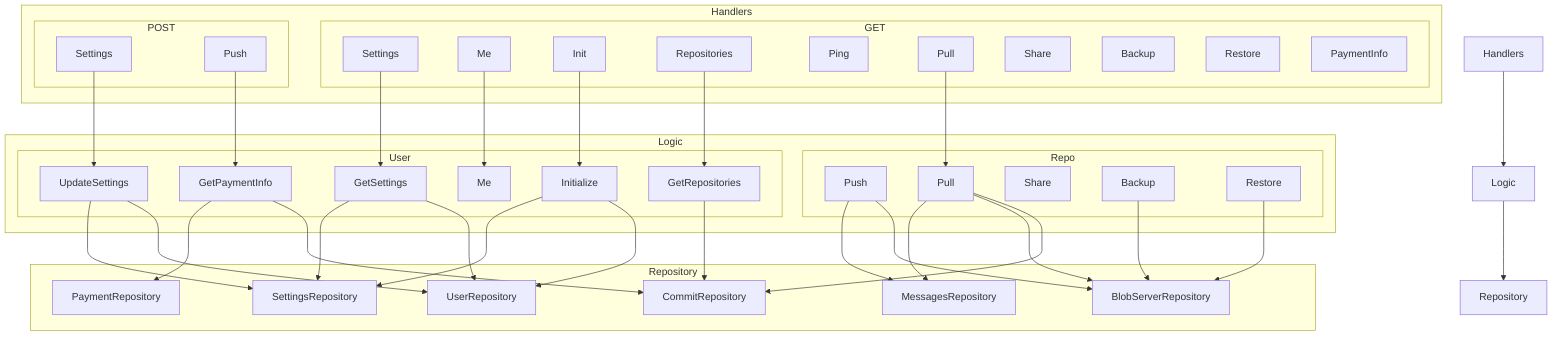
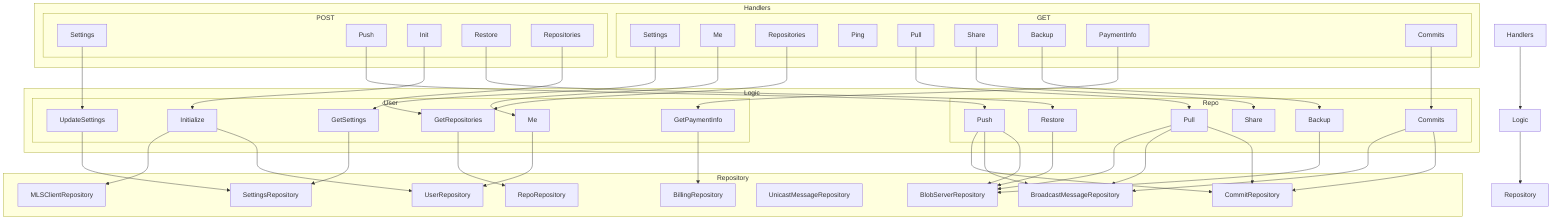
- graph TD
-     A[Handlers] --> B[Logic]
-     B --> C[Repository]
- 
-     subgraph Handlers
-       subgraph GET
-         Handler1[Settings]
-         Handler2[Me]
-         Handler3[Init]
-         Handler4[Repositories]
-         Handler5[Ping]
-         Handler6[Pull]
-         Handler7[Share]
-         Handler8[Backup]
-         Handler9[Restore]
-         Handler10[PaymentInfo]
-       end
-       subgraph POST
-         Handler11[Settings]
-         Handler12[Push]
-       end
-     end
- 
-     subgraph Logic
-         subgraph User
-           Logic1[GetSettings]
-           Logic2[GetRepositories]
-           Logic3[UpdateSettings]
-           Logic4[Initialize]
-           Logic5[Me]
-           Logic6[GetPaymentInfo]
-         end
-         subgraph Repo
-           Logic11[Push]
-           Logic7[Pull]
-           Logic8[Share]
-           Logic9[Backup]
-           Logic10[Restore]
-         end
-     end
- 
-     subgraph Repository
-         Repository1[UserRepository]
-         Repository2[SettingsRepository]
-         Repository3[RepositoryRepository]
-         Repository3[CommitRepository]
-         Repository4[BlobServerRepository]
-         Repository5[MessagesRepository]
-         Repository6[PaymentRepository]
-     end
- 
+ ---
+ config:
+   layout: dagre
+ ---
+ flowchart TB
+  subgraph GET["GET"]
+         Handler1["Settings"]
+         Handler2["Me"]
+         Handler4["Repositories"]
+         Handler5["Ping"]
+         Handler6["Pull"]
+         Handler7["Share"]
+         Handler8["Backup"]
+         Handler10["PaymentInfo"]
+         Handler14["Commits"]
+   end
+  subgraph POST["POST"]
+         Handler11["Settings"]
+         Handler12["Push"]
+         Handler3["Init"]
+         Handler9["Restore"]
+         Handler13["Repositories"]
+   end
+  subgraph Handlers["Handlers"]
+         GET
+         POST
+   end
+  subgraph User["User"]
+         Logic1["GetSettings"]
+         Logic2["GetRepositories"]
+         Logic3["UpdateSettings"]
+         Logic4["Initialize"]
+         Logic5["Me"]
+         Logic6["GetPaymentInfo"]
+   end
+  subgraph Repo["Repo"]
+         Logic11["Push"]
+         Logic7["Pull"]
+         Logic8["Share"]
+         Logic9["Backup"]
+         Logic10["Restore"]
+         Logic12["Commits"]
+   end
+  subgraph Logic["Logic"]
+         User
+         Repo
+   end
+  subgraph Repository["Repository"]
+         Repository1["UserRepository"]
+         Repository2["SettingsRepository"]
+         Repository7["RepoRepository"]
+         Repository3["CommitRepository"]
+         Repository4["BlobServerRepository"]
+         Repository5["UnicastMessageRepository"]
+         Repository9["BroadcastMessageRepository"]
+         Repository6["BillingRepository"]
+         Repository8["MLSClientRepository"]
+   end
+     A["Handlers"] --> B["Logic"]
+     B --> C["Repository"]
    Handler4 --> Logic2
-     Logic2 --> Repository3
+     Logic5 --> Repository1
+     Logic7 --> Repository3 & Repository9 & Repository4
+     Handler14 --> Logic12
+     Logic12 --> Repository3 & Repository9
    Handler1 --> Logic1
    Handler11 --> Logic3
-     Logic1 --> Repository1
    Logic1 --> Repository2
-     Logic3 --> Repository1
    Logic3 --> Repository2
    Handler2 --> Logic5
    Handler3 --> Logic4
    Logic4 --> Repository1
-     Logic4 --> Repository2
-     Handler12 --> Logic6
+     Handler12 --> Logic11
    Handler6 --> Logic7
-     Logic6 --> Repository3
-     Logic7 --> Repository3
    Logic6 --> Repository6
    Logic9 --> Repository4
    Logic10 --> Repository4
-     Logic11 --> Repository4
-     Logic11 --> Repository5
-     Logic7 --> Repository4
-     Logic7 --> Repository5
- 
+     Logic4 --> Repository8
+     Logic11 --> Repository4 & Repository9 & Repository3
+     Handler7 --> Logic8
+     Handler8 --> Logic9
+     Handler9 --> Logic10
+     Handler10 --> Logic6
+     Logic2 --> Repository7
+     Handler13 --> Logic2
